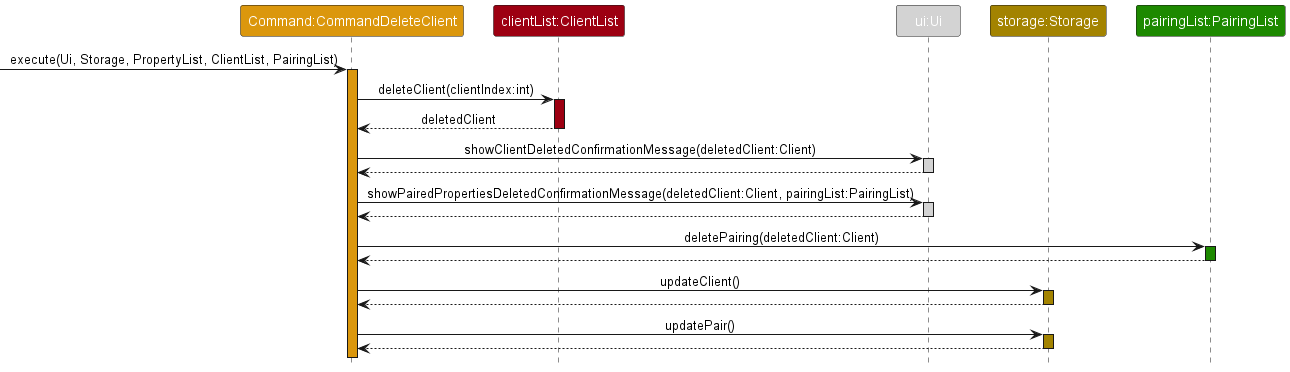
Earlier version of the PlantUML export docs/diagrams/DeleteClientSD.png (nus-cs2113-AY2223S1/tp). The source it was exported from:
```plantuml
@startuml
!include style.puml

hide footbox

participant "Command:CommandDeleteClient" as CommandDeleteClient COMMAND_COLOR
participant "clientList:ClientList" as ClientList CLIENT_LIST_COLOR
participant "ui:Ui" as Ui UI_COLOR
participant "storage:Storage" as Storage STORAGE_COLOR
participant "pairingList:PairingList" as PairingList PAIRING_LIST_COLOR

->CommandDeleteClient : execute(Ui, Storage, PropertyList, ClientList, PairingList)
activate CommandDeleteClient COMMAND_COLOR

CommandDeleteClient -> ClientList : deleteClient(clientIndex:int)
activate ClientList CLIENT_LIST_COLOR
return deletedClient

CommandDeleteClient -> Ui : showClientDeletedConfirmationMessage(deletedClient:Client)
activate Ui UI_COLOR
return

CommandDeleteClient -> Ui : showPairedPropertiesDeletedConfirmationMessage(deletedClient:Client, pairingList:PairingList)
activate Ui UI_COLOR
return

CommandDeleteClient -> PairingList : deletePairing(deletedClient:Client)
activate PairingList PAIRING_LIST_COLOR
return

CommandDeleteClient -> Storage : updateClient()
activate Storage STORAGE_COLOR
return

CommandDeleteClient -> Storage : updatePair()
activate Storage STORAGE_COLOR
return

@enduml
```
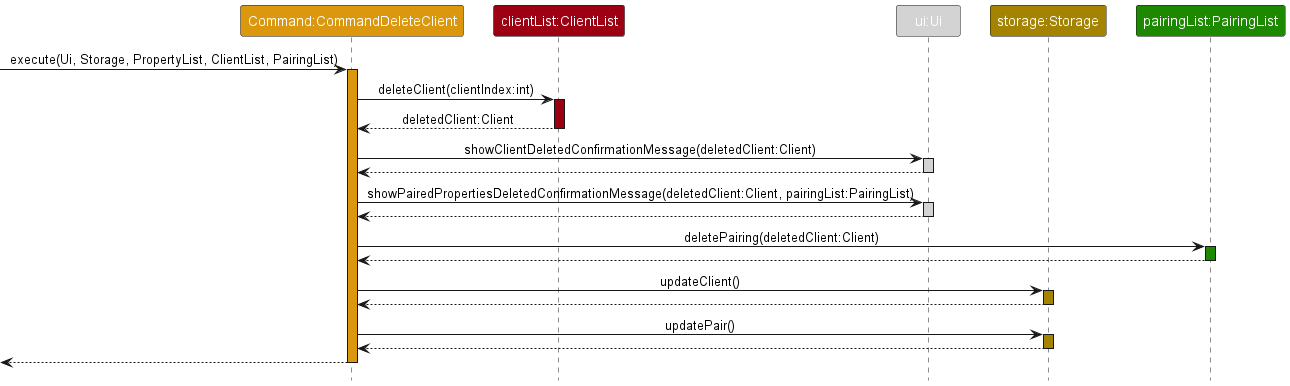
After the change.

Diff of the diagram source:
```diff
@@ -14,7 +14,7 @@
 
 CommandDeleteClient -> ClientList : deleteClient(clientIndex:int)
 activate ClientList CLIENT_LIST_COLOR
-return deletedClient
+return deletedClient:Client
 
 CommandDeleteClient -> Ui : showClientDeletedConfirmationMessage(deletedClient:Client)
 activate Ui UI_COLOR
@@ -36,4 +36,6 @@
 activate Storage STORAGE_COLOR
 return
 
+return
+
 @enduml
```
